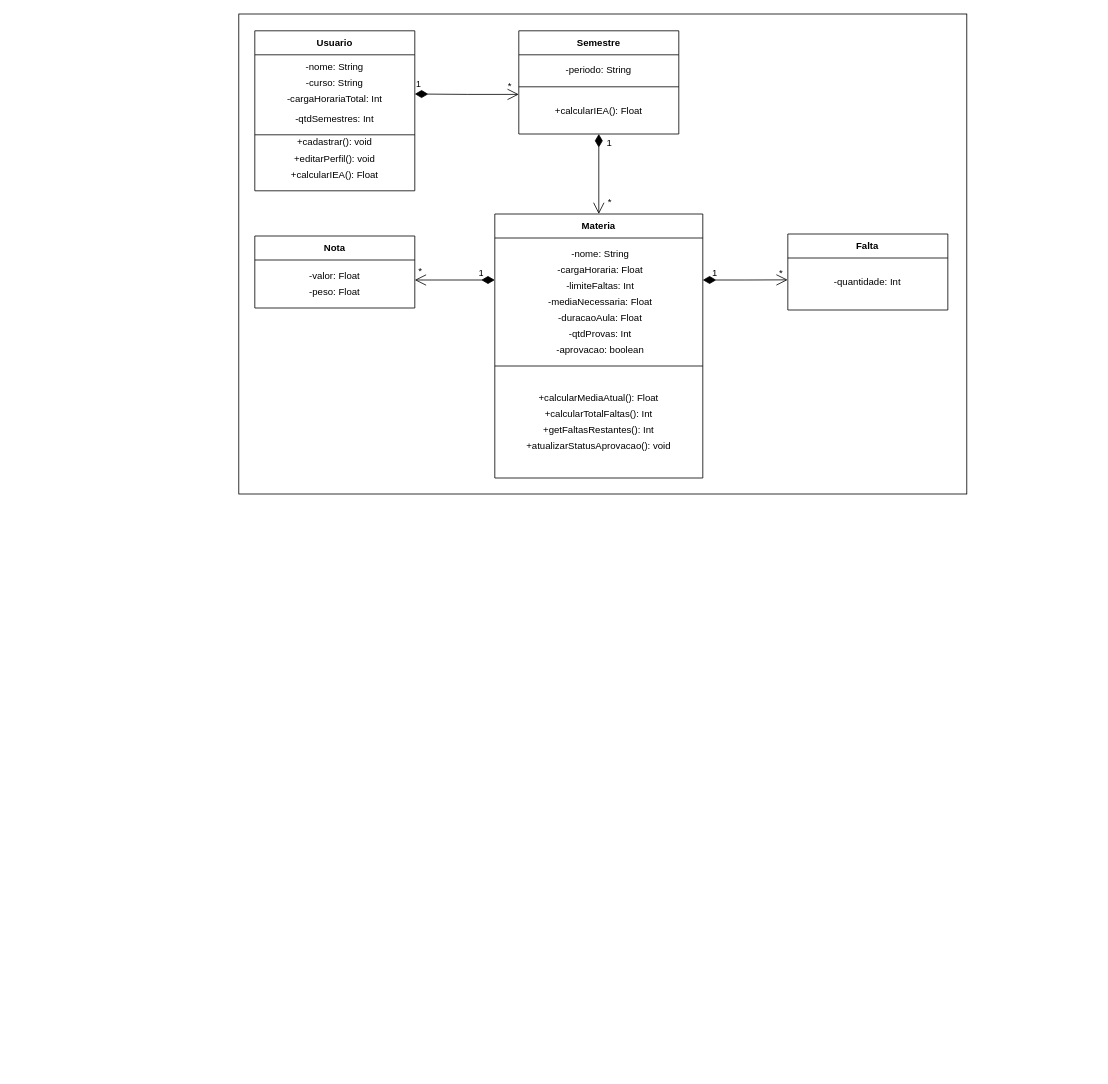
Above: docs/Diagrama de Classes/Diagrama de Classes.drawio in renancorreia27/Gestor-Academico (draw.io), before the change. Source tidied: cells renumbered, new cells numbered last; positions are measured from the earlier drawing's top-left corner, leaving out a move shared by most shapes. Both pictures are drawn from the tidied source at 80%, with x=0, y=0 at pixel (238, 14).
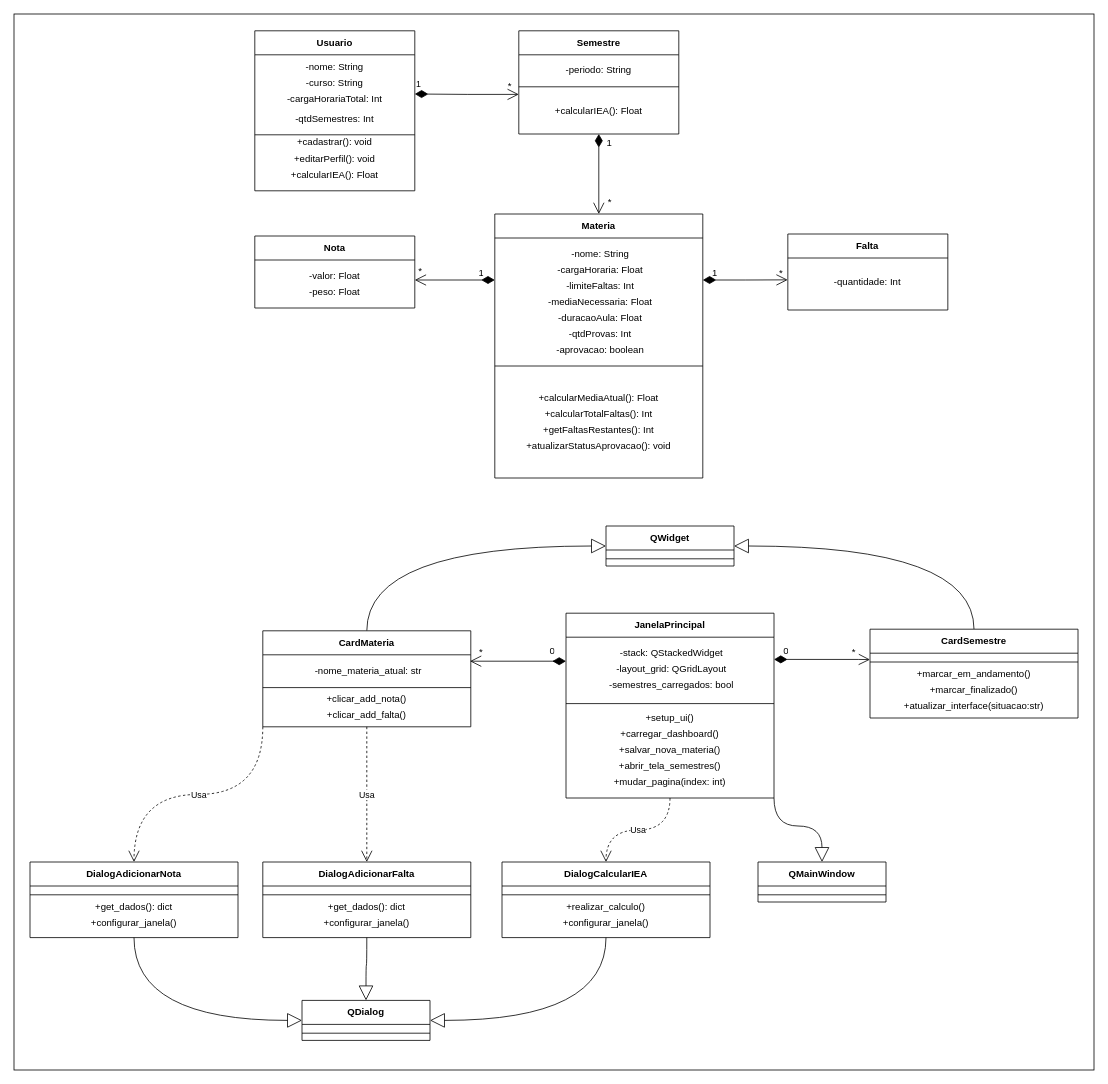
Above is the later version.

Commit message (it also covers changes not shown here):
Diagrama de classes atualizado com as classes relacionadas a interface

The edit, as a diff of the source:
```diff
@@
-    <mxCell id="2" style="rounded=0;whiteSpace=wrap;html=1;" parent="1" vertex="1">
-      <mxGeometry width="910" height="600" as="geometry" />
-    </mxCell>
+    <mxCell id="45" style="rounded=0;whiteSpace=wrap;html=1;fontFamily=Helvetica;fontSize=11;fontColor=default;labelBackgroundColor=default;" parent="1" vertex="1">
+      <mxGeometry x="-281" width="1350" height="1320" as="geometry" />
+    </mxCell>
@@
+    <mxCell id="46" style="edgeStyle=orthogonalEdgeStyle;shape=connector;curved=1;rounded=0;jettySize=auto;html=1;exitX=1;exitY=1;exitDx=0;exitDy=0;entryX=0.5;entryY=0;entryDx=0;entryDy=0;strokeColor=default;align=center;verticalAlign=middle;fontFamily=Helvetica;fontSize=11;fontColor=default;labelBackgroundColor=default;endArrow=block;endFill=0;endSize=16;" parent="1" edge="1" source="47" target="67">
+      <mxGeometry relative="1" as="geometry" />
+    </mxCell>
+    <mxCell id="47" value="JanelaPrincipal" style="swimlane;whiteSpace=wrap;html=1;startSize=30;" parent="1" vertex="1">
+      <mxGeometry x="409" y="749" width="260" height="231" as="geometry" />
+    </mxCell>
+    <mxCell id="48" style="endArrow=open;html=1;endSize=12;startArrow=diamondThin;startSize=14;startFill=1;edgeStyle=orthogonalEdgeStyle;align=left;verticalAlign=bottom;rounded=0;exitX=1;exitY=0.25;exitDx=0;exitDy=0;" parent="1" edge="1" source="47">
+      <mxGeometry x="-1" y="3" relative="1" as="geometry">
+        <mxPoint x="789" y="807" as="targetPoint" />
+        <Array as="points">
+          <mxPoint x="775" y="807" />
+        </Array>
+      </mxGeometry>
+    </mxCell>
+    <mxCell id="49" value="0" style="text;strokeColor=none;fillColor=none;align=left;verticalAlign=top;spacingLeft=4;spacingRight=4;overflow=hidden;whiteSpace=wrap;html=1;" parent="1" vertex="1">
+      <mxGeometry x="675" y="783" width="16" height="26" as="geometry" />
+    </mxCell>
+    <mxCell id="50" value="*" style="text;html=1;whiteSpace=wrap;strokeColor=none;fillColor=none;align=center;verticalAlign=middle;rounded=0;" parent="1" vertex="1">
+      <mxGeometry x="765" y="793" width="8" height="10" as="geometry" />
+    </mxCell>
+    <mxCell id="51" style="edgeStyle=orthogonalEdgeStyle;shape=connector;curved=1;rounded=0;jettySize=auto;html=1;exitX=0.5;exitY=0;exitDx=0;exitDy=0;entryX=0;entryY=0.5;entryDx=0;entryDy=0;strokeColor=default;align=center;verticalAlign=middle;fontFamily=Helvetica;fontSize=11;fontColor=default;labelBackgroundColor=default;endArrow=block;endFill=0;endSize=16;" parent="1" edge="1" source="52" target="66">
+      <mxGeometry relative="1" as="geometry" />
+    </mxCell>
+    <mxCell id="52" value="CardMateria" style="swimlane;whiteSpace=wrap;html=1;startSize=30;" parent="1" vertex="1">
+      <mxGeometry x="30" y="771" width="260" height="120" as="geometry" />
+    </mxCell>
+    <mxCell id="53" style="edgeStyle=orthogonalEdgeStyle;shape=connector;curved=1;rounded=0;jettySize=auto;html=1;exitX=0.5;exitY=0;exitDx=0;exitDy=0;entryX=1;entryY=0.5;entryDx=0;entryDy=0;strokeColor=default;align=center;verticalAlign=middle;fontFamily=Helvetica;fontSize=11;fontColor=default;labelBackgroundColor=default;endArrow=block;endFill=0;endSize=16;" parent="1" edge="1" source="54" target="66">
+      <mxGeometry relative="1" as="geometry" />
+    </mxCell>
+    <mxCell id="54" value="CardSemestre" style="swimlane;whiteSpace=wrap;html=1;startSize=30;" parent="1" vertex="1">
+      <mxGeometry x="789" y="769" width="260" height="111" as="geometry" />
+    </mxCell>
+    <mxCell id="55" value="DialogAdicionarNota" style="swimlane;whiteSpace=wrap;html=1;startSize=30;" parent="1" vertex="1">
+      <mxGeometry x="-261" y="1060" width="260" height="94.5" as="geometry" />
+    </mxCell>
+    <mxCell id="56" style="edgeStyle=orthogonalEdgeStyle;shape=connector;curved=1;rounded=0;jettySize=auto;html=1;exitX=0.5;exitY=1;exitDx=0;exitDy=0;entryX=0.5;entryY=0;entryDx=0;entryDy=0;strokeColor=default;align=center;verticalAlign=middle;fontFamily=Helvetica;fontSize=11;fontColor=default;labelBackgroundColor=default;endArrow=block;endFill=0;endSize=16;" parent="1" edge="1" source="57" target="68">
+      <mxGeometry relative="1" as="geometry" />
+    </mxCell>
+    <mxCell id="57" value="DialogAdicionarFalta" style="swimlane;whiteSpace=wrap;html=1;startSize=30;" parent="1" vertex="1">
+      <mxGeometry x="30" y="1060" width="260" height="94.5" as="geometry" />
+    </mxCell>
+    <mxCell id="58" value="DialogCalcularIEA" style="swimlane;whiteSpace=wrap;html=1;startSize=30;" parent="1" vertex="1">
+      <mxGeometry x="329" y="1060" width="260" height="94.5" as="geometry" />
+    </mxCell>
+    <mxCell id="59" style="endArrow=open;html=1;endSize=12;startArrow=diamondThin;startSize=14;startFill=1;edgeStyle=orthogonalEdgeStyle;align=left;verticalAlign=bottom;rounded=0;exitX=1;exitY=0.25;exitDx=0;exitDy=0;" parent="1" edge="1">
+      <mxGeometry x="-1" y="3" relative="1" as="geometry">
+        <mxPoint x="409" y="809" as="sourcePoint" />
+        <mxPoint x="289" y="809" as="targetPoint" />
+        <Array as="points">
+          <mxPoint x="395" y="809" />
+        </Array>
+      </mxGeometry>
+    </mxCell>
+    <mxCell id="60" value="0" style="text;strokeColor=none;fillColor=none;align=left;verticalAlign=top;spacingLeft=4;spacingRight=4;overflow=hidden;whiteSpace=wrap;html=1;" parent="1" vertex="1">
+      <mxGeometry x="383" y="783" width="16" height="26" as="geometry" />
+    </mxCell>
+    <mxCell id="61" value="*" style="text;html=1;whiteSpace=wrap;strokeColor=none;fillColor=none;align=center;verticalAlign=middle;rounded=0;" parent="1" vertex="1">
+      <mxGeometry x="299" y="793" width="8" height="10" as="geometry" />
+    </mxCell>
+    <mxCell id="62" value="Usa" style="endArrow=open;endSize=12;dashed=1;html=1;rounded=0;exitX=0.5;exitY=1;exitDx=0;exitDy=0;entryX=0.5;entryY=0;entryDx=0;entryDy=0;" parent="1" edge="1" source="52" target="57">
+      <mxGeometry relative="1" as="geometry" />
+    </mxCell>
+    <mxCell id="63" value="Usa" style="endArrow=open;endSize=12;dashed=1;html=1;rounded=0;exitX=0;exitY=1;exitDx=0;exitDy=0;entryX=0.5;entryY=0;entryDx=0;entryDy=0;edgeStyle=orthogonalEdgeStyle;curved=1;" parent="1" edge="1" source="52" target="55">
+      <mxGeometry relative="1" as="geometry" />
+    </mxCell>
+    <mxCell id="64" value="Usa" style="endArrow=open;endSize=12;dashed=1;html=1;rounded=0;exitX=0.5;exitY=1;exitDx=0;exitDy=0;entryX=0.5;entryY=0;entryDx=0;entryDy=0;edgeStyle=orthogonalEdgeStyle;curved=1;" parent="1" edge="1" source="47" target="58">
+      <mxGeometry relative="1" as="geometry" />
+    </mxCell>
+    <mxCell id="65" style="endArrow=block;endSize=16;endFill=0;html=1;rounded=0;exitX=0.5;exitY=1;exitDx=0;exitDy=0;entryX=0;entryY=0.5;entryDx=0;entryDy=0;edgeStyle=orthogonalEdgeStyle;curved=1;" parent="1" edge="1" source="55" target="68">
+      <mxGeometry relative="1" as="geometry" />
+    </mxCell>
+    <mxCell id="66" value="QWidget" style="swimlane;whiteSpace=wrap;html=1;startSize=30;" parent="1" vertex="1">
+      <mxGeometry x="459" y="640" width="160" height="50" as="geometry" />
+    </mxCell>
+    <mxCell id="67" value="QMainWindow" style="swimlane;whiteSpace=wrap;html=1;startSize=30;" parent="1" vertex="1">
+      <mxGeometry x="649" y="1060" width="160" height="50" as="geometry" />
+    </mxCell>
+    <mxCell id="68" value="QDialog" style="swimlane;whiteSpace=wrap;html=1;startSize=30;" parent="1" vertex="1">
+      <mxGeometry x="79" y="1233" width="160" height="50" as="geometry" />
+    </mxCell>
+    <mxCell id="69" style="endArrow=block;endSize=16;endFill=0;html=1;rounded=0;exitX=0.5;exitY=1;exitDx=0;exitDy=0;entryX=1;entryY=0.5;entryDx=0;entryDy=0;edgeStyle=orthogonalEdgeStyle;curved=1;" parent="1" edge="1" source="58" target="68">
+      <mxGeometry relative="1" as="geometry" />
+    </mxCell>
+    <mxCell id="70" value="-stack: QStackedWidget" style="text;html=1;whiteSpace=wrap;strokeColor=none;fillColor=none;align=center;verticalAlign=middle;rounded=0;" parent="1" vertex="1">
+      <mxGeometry x="440.6" y="789" width="200" height="20" as="geometry" />
+    </mxCell>
+    <mxCell id="71" value="-layout_grid: QGridLayout" style="text;html=1;whiteSpace=wrap;strokeColor=none;fillColor=none;align=center;verticalAlign=middle;rounded=0;" parent="1" vertex="1">
+      <mxGeometry x="440.6" y="809" width="200" height="20" as="geometry" />
+    </mxCell>
+    <mxCell id="72" value="-semestres_carregados: bool" style="text;html=1;whiteSpace=wrap;strokeColor=none;fillColor=none;align=center;verticalAlign=middle;rounded=0;" parent="1" vertex="1">
+      <mxGeometry x="440.6" y="829" width="200" height="20" as="geometry" />
+    </mxCell>
+    <mxCell id="73" value="+setup_ui()" style="text;html=1;whiteSpace=wrap;strokeColor=none;fillColor=none;align=center;verticalAlign=middle;rounded=0;" parent="1" vertex="1">
+      <mxGeometry x="439" y="870" width="200" height="20" as="geometry" />
+    </mxCell>
+    <mxCell id="74" value="+carregar_dashboard()" style="text;html=1;whiteSpace=wrap;strokeColor=none;fillColor=none;align=center;verticalAlign=middle;rounded=0;" parent="1" vertex="1">
+      <mxGeometry x="439" y="890" width="200" height="20" as="geometry" />
+    </mxCell>
+    <mxCell id="75" value="+salvar_nova_materia()" style="text;html=1;whiteSpace=wrap;strokeColor=none;fillColor=none;align=center;verticalAlign=middle;rounded=0;" parent="1" vertex="1">
+      <mxGeometry x="439" y="910" width="200" height="20" as="geometry" />
+    </mxCell>
+    <mxCell id="76" value="+abrir_tela_semestres()" style="text;html=1;whiteSpace=wrap;strokeColor=none;fillColor=none;align=center;verticalAlign=middle;rounded=0;" parent="1" vertex="1">
+      <mxGeometry x="439" y="930" width="200" height="20" as="geometry" />
+    </mxCell>
+    <mxCell id="77" style="endArrow=none;html=1;rounded=0;" parent="1" edge="1">
+      <mxGeometry relative="1" as="geometry">
+        <mxPoint x="409" y="862" as="sourcePoint" />
+        <mxPoint x="669" y="862" as="targetPoint" />
+      </mxGeometry>
+    </mxCell>
+    <mxCell id="78" value="+mudar_pagina(index: int)" style="text;html=1;whiteSpace=wrap;strokeColor=none;fillColor=none;align=center;verticalAlign=middle;rounded=0;" parent="1" vertex="1">
+      <mxGeometry x="439" y="950" width="200" height="20" as="geometry" />
+    </mxCell>
+    <mxCell id="79" value="-nome_materia_atual: str" style="text;html=1;whiteSpace=wrap;strokeColor=none;fillColor=none;align=center;verticalAlign=middle;rounded=0;" parent="1" vertex="1">
+      <mxGeometry x="61.6" y="811" width="200" height="20" as="geometry" />
+    </mxCell>
+    <mxCell id="80" value="+clicar_add_nota()" style="text;html=1;whiteSpace=wrap;strokeColor=none;fillColor=none;align=center;verticalAlign=middle;rounded=0;" parent="1" vertex="1">
+      <mxGeometry x="60" y="847" width="200" height="20" as="geometry" />
+    </mxCell>
+    <mxCell id="81" value="+clicar_add_falta()" style="text;html=1;whiteSpace=wrap;strokeColor=none;fillColor=none;align=center;verticalAlign=middle;rounded=0;" parent="1" vertex="1">
+      <mxGeometry x="60" y="867" width="200" height="20" as="geometry" />
+    </mxCell>
+    <mxCell id="82" style="endArrow=none;html=1;rounded=0;" parent="1" edge="1">
+      <mxGeometry relative="1" as="geometry">
+        <mxPoint x="30" y="842" as="sourcePoint" />
+        <mxPoint x="290" y="842" as="targetPoint" />
+      </mxGeometry>
+    </mxCell>
+    <mxCell id="83" value="+marcar_em_andamento()" style="text;html=1;whiteSpace=wrap;strokeColor=none;fillColor=none;align=center;verticalAlign=middle;rounded=0;" parent="1" vertex="1">
+      <mxGeometry x="819" y="815" width="200" height="20" as="geometry" />
+    </mxCell>
+    <mxCell id="84" value="+marcar_finalizado()" style="text;html=1;whiteSpace=wrap;strokeColor=none;fillColor=none;align=center;verticalAlign=middle;rounded=0;" parent="1" vertex="1">
+      <mxGeometry x="819" y="835" width="200" height="20" as="geometry" />
+    </mxCell>
+    <mxCell id="85" style="endArrow=none;html=1;rounded=0;" parent="1" edge="1">
+      <mxGeometry relative="1" as="geometry">
+        <mxPoint x="789" y="810" as="sourcePoint" />
+        <mxPoint x="1049" y="810" as="targetPoint" />
+      </mxGeometry>
+    </mxCell>
+    <mxCell id="86" value="+atualizar_interface(situacao:str)" style="text;html=1;whiteSpace=wrap;strokeColor=none;fillColor=none;align=center;verticalAlign=middle;rounded=0;" parent="1" vertex="1">
+      <mxGeometry x="819" y="855" width="200" height="20" as="geometry" />
+    </mxCell>
+    <mxCell id="87" value="+get_dados(): dict" style="text;html=1;whiteSpace=wrap;strokeColor=none;fillColor=none;align=center;verticalAlign=middle;rounded=0;" parent="1" vertex="1">
+      <mxGeometry x="-231" y="1106" width="200" height="20" as="geometry" />
+    </mxCell>
+    <mxCell id="88" value="+configurar_janela()" style="text;html=1;whiteSpace=wrap;strokeColor=none;fillColor=none;align=center;verticalAlign=middle;rounded=0;" parent="1" vertex="1">
+      <mxGeometry x="-231" y="1126" width="200" height="20" as="geometry" />
+    </mxCell>
+    <mxCell id="89" style="endArrow=none;html=1;rounded=0;" parent="1" edge="1">
+      <mxGeometry relative="1" as="geometry">
+        <mxPoint x="-261" y="1101" as="sourcePoint" />
+        <mxPoint x="-1" y="1101" as="targetPoint" />
+      </mxGeometry>
+    </mxCell>
+    <mxCell id="90" value="+get_dados(): dict" style="text;html=1;whiteSpace=wrap;strokeColor=none;fillColor=none;align=center;verticalAlign=middle;rounded=0;" parent="1" vertex="1">
+      <mxGeometry x="60" y="1106" width="200" height="20" as="geometry" />
+    </mxCell>
+    <mxCell id="91" value="+configurar_janela()" style="text;html=1;whiteSpace=wrap;strokeColor=none;fillColor=none;align=center;verticalAlign=middle;rounded=0;" parent="1" vertex="1">
+      <mxGeometry x="60" y="1126" width="200" height="20" as="geometry" />
+    </mxCell>
+    <mxCell id="92" style="endArrow=none;html=1;rounded=0;" parent="1" edge="1">
+      <mxGeometry relative="1" as="geometry">
+        <mxPoint x="30" y="1101" as="sourcePoint" />
+        <mxPoint x="290" y="1101" as="targetPoint" />
+      </mxGeometry>
+    </mxCell>
+    <mxCell id="93" value="+realizar_calculo()" style="text;html=1;whiteSpace=wrap;strokeColor=none;fillColor=none;align=center;verticalAlign=middle;rounded=0;" parent="1" vertex="1">
+      <mxGeometry x="359" y="1106" width="200" height="20" as="geometry" />
+    </mxCell>
+    <mxCell id="94" value="+configurar_janela()" style="text;html=1;whiteSpace=wrap;strokeColor=none;fillColor=none;align=center;verticalAlign=middle;rounded=0;" parent="1" vertex="1">
+      <mxGeometry x="359" y="1126" width="200" height="20" as="geometry" />
+    </mxCell>
+    <mxCell id="95" style="endArrow=none;html=1;rounded=0;" parent="1" edge="1">
+      <mxGeometry relative="1" as="geometry">
+        <mxPoint x="329" y="1101" as="sourcePoint" />
+        <mxPoint x="589" y="1101" as="targetPoint" />
+      </mxGeometry>
+    </mxCell>
+    <mxCell id="96" style="endArrow=none;html=1;rounded=0;" parent="1" edge="1">
+      <mxGeometry relative="1" as="geometry">
+        <mxPoint x="459" y="681" as="sourcePoint" />
+        <mxPoint x="619" y="681" as="targetPoint" />
+      </mxGeometry>
+    </mxCell>
+    <mxCell id="97" style="endArrow=none;html=1;rounded=0;" parent="1" edge="1">
+      <mxGeometry relative="1" as="geometry">
+        <mxPoint x="649" y="1101" as="sourcePoint" />
+        <mxPoint x="809" y="1101" as="targetPoint" />
+      </mxGeometry>
+    </mxCell>
+    <mxCell id="98" style="endArrow=none;html=1;rounded=0;" parent="1" edge="1">
+      <mxGeometry relative="1" as="geometry">
+        <mxPoint x="79" y="1274" as="sourcePoint" />
+        <mxPoint x="239" y="1274" as="targetPoint" />
+      </mxGeometry>
+    </mxCell>
```
